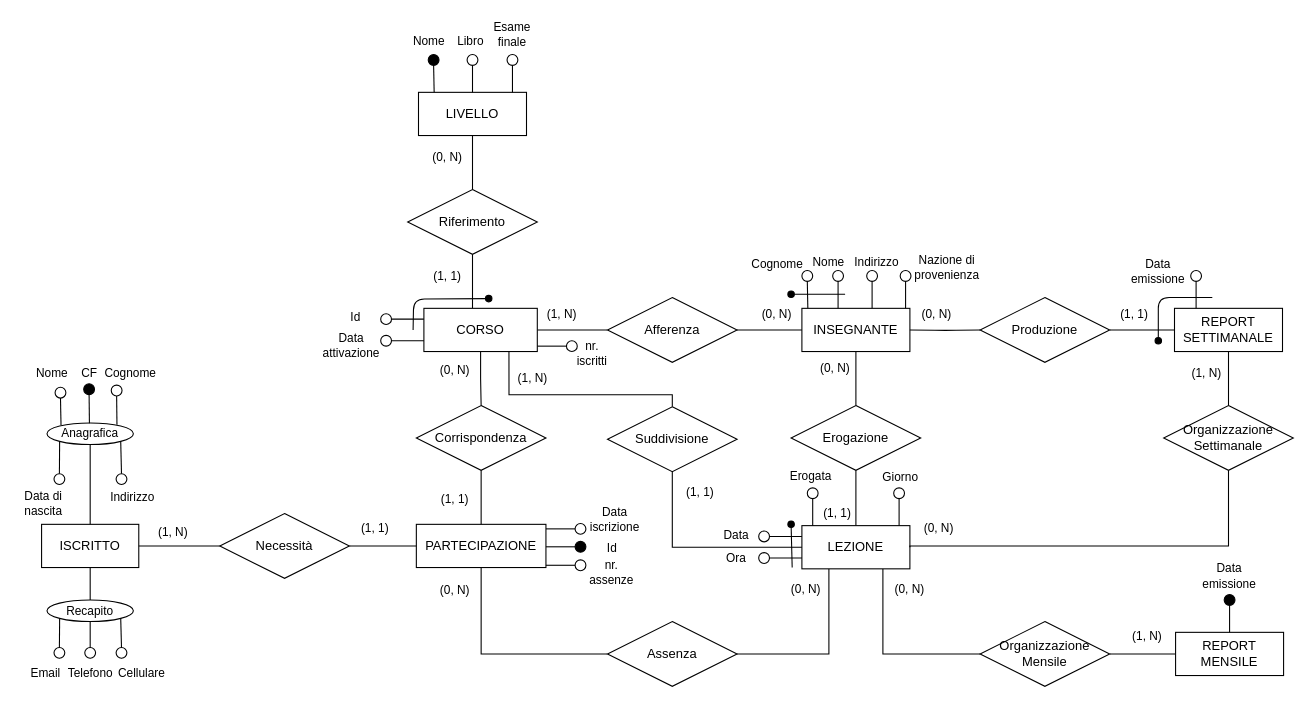
Above: progettoDB.drawio in TizianoLilli/GitExerciseLinux (draw.io), before the change. Source tidied: cells renumbered, new cells numbered last; positions are measured from the earlier drawing's top-left corner, leaving out a move shared by most shapes. Both pictures are drawn from the tidied source at 108%, with x=0, y=0 at pixel (18, 18).
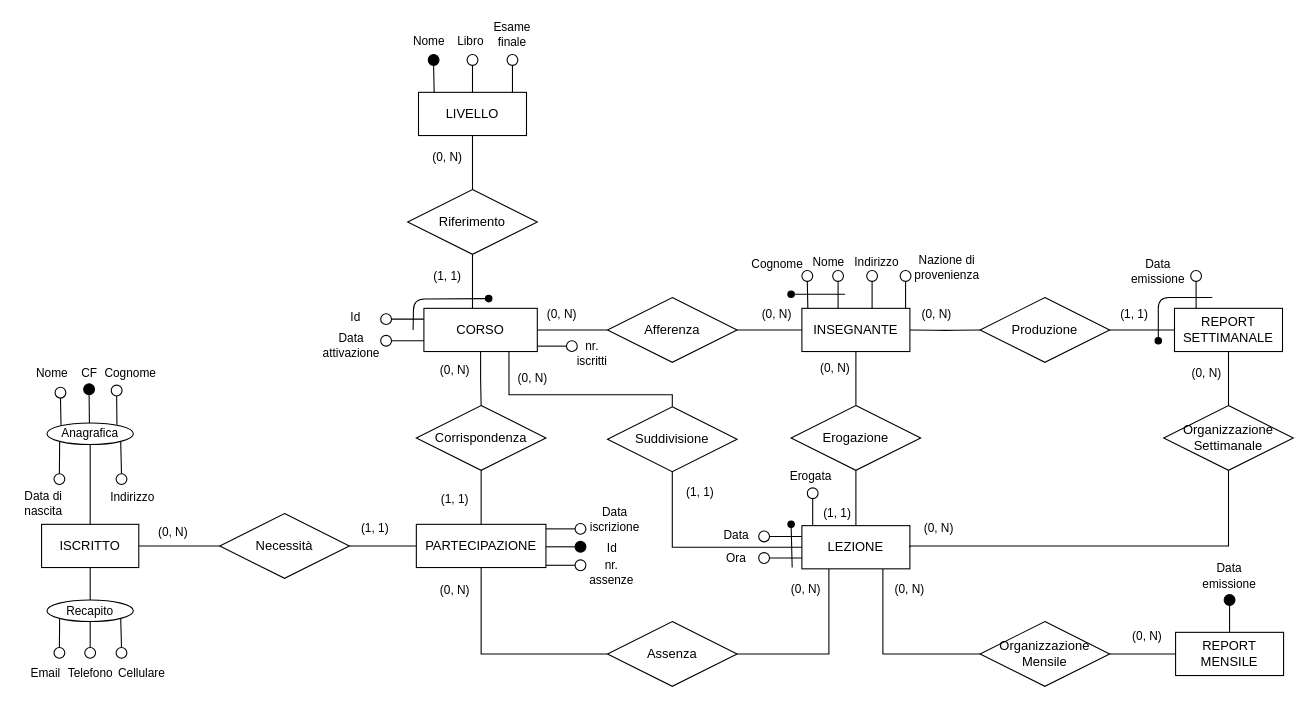
Above is the later version.

Change to the diagram source:
```diff
@@
-    <mxCell id="98" value="(1, &lt;font style=&quot;color: rgb(0, 0, 0);&quot;&gt;N&lt;/font&gt;)" style="text;html=1;whiteSpace=wrap;strokeColor=none;fillColor=none;align=center;verticalAlign=middle;rounded=0;fontFamily=Helvetica;fontSize=11;fontColor=default;labelBackgroundColor=default;" parent="1" vertex="1">
+    <mxCell id="98" value="(0, &lt;font style=&quot;color: rgb(0, 0, 0);&quot;&gt;N&lt;/font&gt;)" style="text;html=1;whiteSpace=wrap;strokeColor=none;fillColor=none;align=center;verticalAlign=middle;rounded=0;fontFamily=Helvetica;fontSize=11;fontColor=default;labelBackgroundColor=default;" parent="1" vertex="1">
       <mxGeometry x="128" y="465.1" width="30" height="20" as="geometry" />
     </mxCell>
@@
-    <mxCell id="102" value="(1, N)" style="text;html=1;whiteSpace=wrap;strokeColor=none;fillColor=none;align=center;verticalAlign=middle;rounded=0;fontFamily=Helvetica;fontSize=11;fontColor=default;labelBackgroundColor=default;" parent="1" vertex="1">
+    <mxCell id="102" value="(0, N)" style="text;html=1;whiteSpace=wrap;strokeColor=none;fillColor=none;align=center;verticalAlign=middle;rounded=0;fontFamily=Helvetica;fontSize=11;fontColor=default;labelBackgroundColor=default;" parent="1" vertex="1">
       <mxGeometry x="488" y="263" width="30" height="20" as="geometry" />
     </mxCell>
@@
-    <mxCell id="104" value="(1, N)" style="text;html=1;whiteSpace=wrap;strokeColor=none;fillColor=none;align=center;verticalAlign=middle;rounded=0;fontFamily=Helvetica;fontSize=11;fontColor=default;labelBackgroundColor=default;" parent="1" vertex="1">
+    <mxCell id="104" value="(0, N)" style="text;html=1;whiteSpace=wrap;strokeColor=none;fillColor=none;align=center;verticalAlign=middle;rounded=0;fontFamily=Helvetica;fontSize=11;fontColor=default;labelBackgroundColor=default;" parent="1" vertex="1">
       <mxGeometry x="1085" y="318" width="30" height="20" as="geometry" />
     </mxCell>
-    <mxCell id="105" value="(1, N)" style="text;html=1;whiteSpace=wrap;strokeColor=none;fillColor=none;align=center;verticalAlign=middle;rounded=0;fontFamily=Helvetica;fontSize=11;fontColor=default;labelBackgroundColor=default;" parent="1" vertex="1">
+    <mxCell id="105" value="(0, N)" style="text;html=1;whiteSpace=wrap;strokeColor=none;fillColor=none;align=center;verticalAlign=middle;rounded=0;fontFamily=Helvetica;fontSize=11;fontColor=default;labelBackgroundColor=default;" parent="1" vertex="1">
       <mxGeometry x="461" y="323" width="30" height="20" as="geometry" />
     </mxCell>
@@
-    <mxCell id="111" value="Giorno" style="text;html=1;whiteSpace=wrap;strokeColor=none;fillColor=none;align=center;verticalAlign=middle;rounded=0;fontFamily=Helvetica;fontSize=11;fontColor=default;labelBackgroundColor=default;" parent="1" vertex="1">
-      <mxGeometry x="794" y="419.2" width="45" height="10" as="geometry" />
-    </mxCell>
@@
-    <mxCell id="118" style="edgeStyle=orthogonalEdgeStyle;shape=connector;curved=0;rounded=0;jettySize=auto;html=1;exitX=0.5;exitY=1;exitDx=0;exitDy=0;entryX=0.25;entryY=0;entryDx=0;entryDy=0;strokeColor=default;align=center;verticalAlign=middle;fontFamily=Helvetica;fontSize=11;fontColor=default;labelBackgroundColor=default;endArrow=none;endFill=0;" parent="1" edge="1" source="119">
-      <mxGeometry relative="1" as="geometry">
-        <mxPoint x="815" y="469.2" as="targetPoint" />
-      </mxGeometry>
-    </mxCell>
-    <mxCell id="119" style="ellipse;whiteSpace=wrap;html=1;rounded=1;fontFamily=Helvetica;fontSize=11;fontColor=default;labelBackgroundColor=default;fillColor=#FFFFFF;" parent="1" vertex="1">
-      <mxGeometry x="810" y="434.2" width="10" height="10" as="geometry" />
-    </mxCell>
@@
-    <mxCell id="132" value="(1, N)" style="text;html=1;whiteSpace=wrap;strokeColor=none;fillColor=none;align=center;verticalAlign=middle;rounded=0;fontFamily=Helvetica;fontSize=11;fontColor=default;labelBackgroundColor=default;" parent="1" vertex="1">
+    <mxCell id="132" value="(0, N)" style="text;html=1;whiteSpace=wrap;strokeColor=none;fillColor=none;align=center;verticalAlign=middle;rounded=0;fontFamily=Helvetica;fontSize=11;fontColor=default;labelBackgroundColor=default;" parent="1" vertex="1">
       <mxGeometry x="1030" y="562" width="30" height="20" as="geometry" />
     </mxCell>
```
